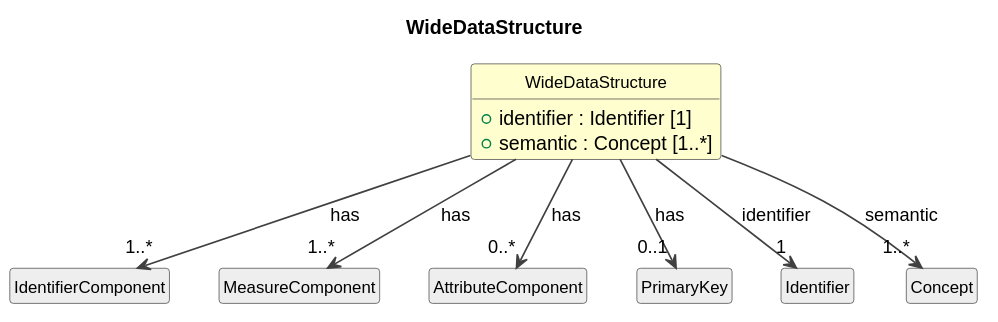
This is cdif-uml-model/_plantuml/cdifDataStructure/Classes/WideDataStructure.svg from Cross-Domain-Interoperability-Framework/metadataBuildingBlocks, a PlantUML export, as it was before one commit. The source it was exported from:
```plantuml
@startuml
title WideDataStructure
hide circle
hide empty members
skinparam shadowing false
skinparam ArrowThickness 1.2
skinparam class {
  ArrowColor #404040
  BorderColor #404040
  FontSize 12
}

class "WideDataStructure" as WideDataStructure #FEFECE {
  +identifier : Identifier [1]
  +semantic : Concept [1..*]
}
class "IdentifierComponent" as IdentifierComponent #EEEEEE
WideDataStructure --> "1..*" IdentifierComponent : has
class "MeasureComponent" as MeasureComponent #EEEEEE
WideDataStructure --> "1..*" MeasureComponent : has
class "AttributeComponent" as AttributeComponent #EEEEEE
WideDataStructure --> "0..*" AttributeComponent : has
class "PrimaryKey" as PrimaryKey #EEEEEE
WideDataStructure --> "0..1" PrimaryKey : has
class "Identifier" as Identifier #EEEEEE
WideDataStructure --> "1" Identifier : identifier
class "Concept" as Concept #EEEEEE
WideDataStructure --> "1..*" Concept : semantic
@enduml
```
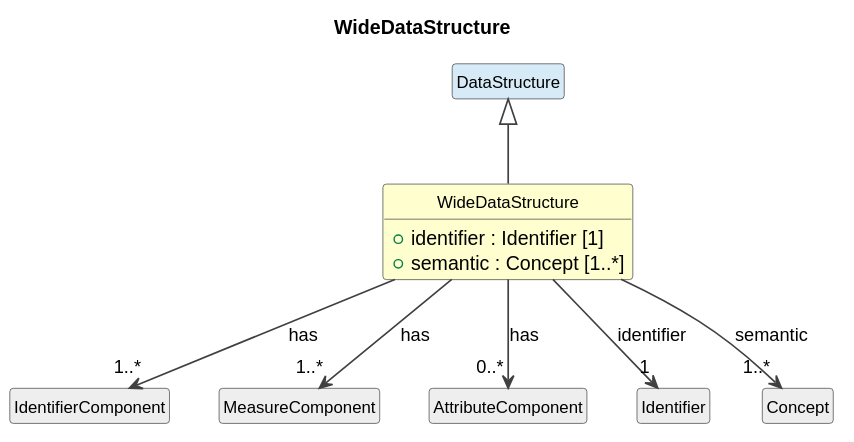
After the commit.

Change to the diagram source:
```diff
@@ -14,14 +14,14 @@
   +identifier : Identifier [1]
   +semantic : Concept [1..*]
 }
+class "DataStructure" as DataStructure #D6EAF8
+DataStructure <|-- WideDataStructure
 class "IdentifierComponent" as IdentifierComponent #EEEEEE
 WideDataStructure --> "1..*" IdentifierComponent : has
 class "MeasureComponent" as MeasureComponent #EEEEEE
 WideDataStructure --> "1..*" MeasureComponent : has
 class "AttributeComponent" as AttributeComponent #EEEEEE
 WideDataStructure --> "0..*" AttributeComponent : has
-class "PrimaryKey" as PrimaryKey #EEEEEE
-WideDataStructure --> "0..1" PrimaryKey : has
 class "Identifier" as Identifier #EEEEEE
 WideDataStructure --> "1" Identifier : identifier
 class "Concept" as Concept #EEEEEE
```
